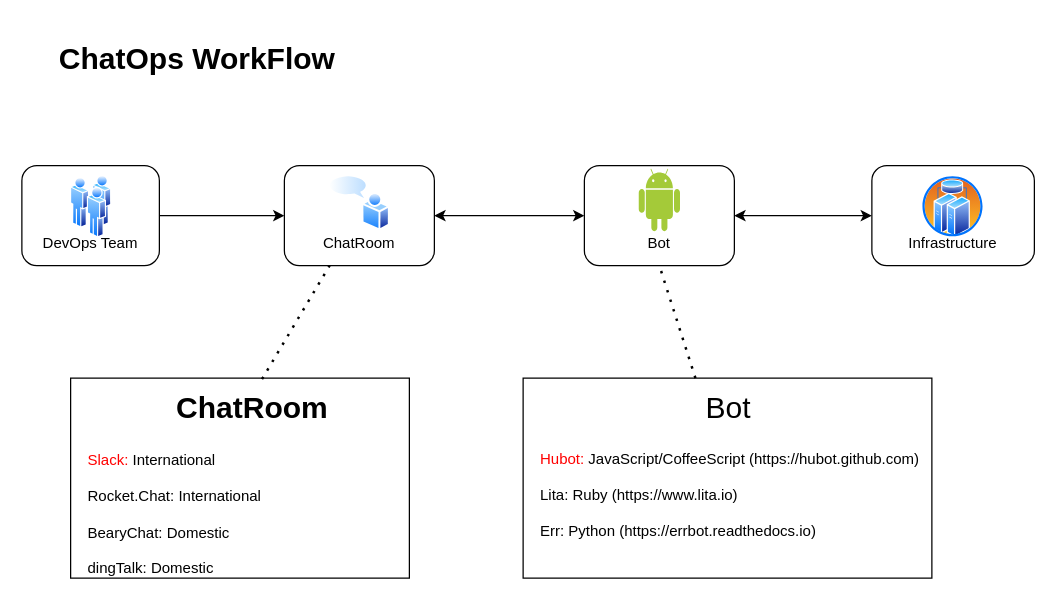
ceczh/diagrams keeps this draw.io diagram as ChatOps.drawio. Above is the earlier version. Source tidied: cells renumbered, new cells numbered last; positions are measured from the earlier drawing's top-left corner, leaving out a move shared by most shapes. Both pictures are drawn from the tidied source at 125%, with x=0, y=0 at pixel (21, 40).
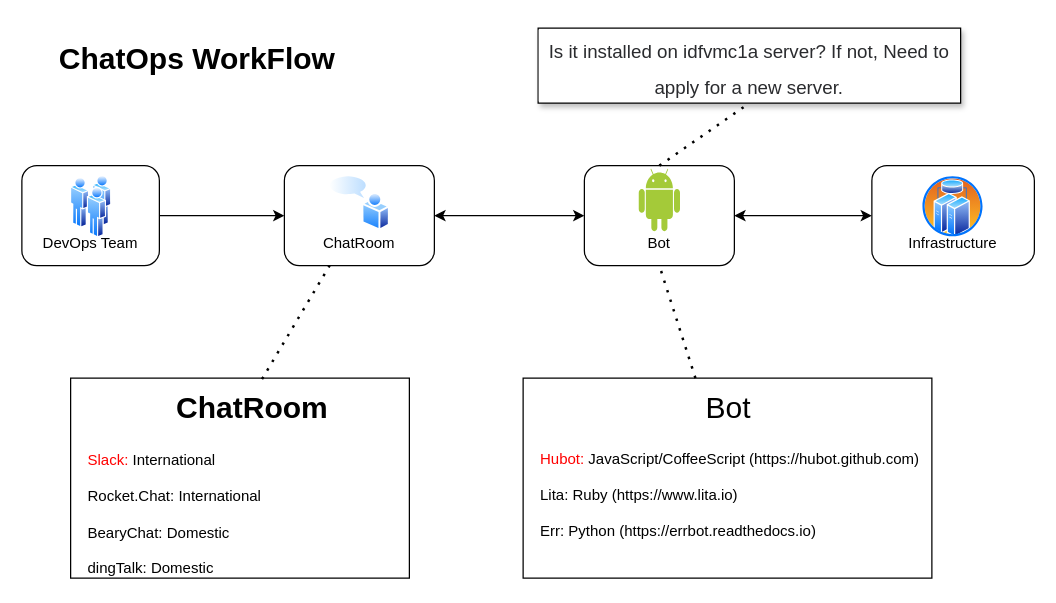
The same diagram, later.

Unchanged cells that the change refers to:
```xml
<mxCell id="8" value="&lt;br&gt;&lt;br&gt;&lt;br&gt;Bot" style="rounded=1;whiteSpace=wrap;html=1;fontSize=12;glass=0;strokeWidth=1;shadow=0;" parent="1" vertex="1">
  <mxGeometry x="450" y="100" width="120" height="80" as="geometry" />
</mxCell>
```

Change to the diagram source:
```diff
@@
+    <mxCell id="22" value="&lt;span style=&quot;text-align: start;&quot;&gt;&lt;font face=&quot;PingFang SC, Microsoft YaHei, 微软雅黑, 宋体, Malgun Gothic, sans-serif&quot; color=&quot;#2a2b2e&quot;&gt;&lt;span style=&quot;font-size: 15px;&quot;&gt;Is it installed on idfvmc1a server?&amp;nbsp;&lt;/span&gt;&lt;/font&gt;&lt;/span&gt;&lt;font face=&quot;PingFang SC, Microsoft YaHei, 微软雅黑, 宋体, Malgun Gothic, sans-serif&quot; color=&quot;#2a2b2e&quot;&gt;&lt;span style=&quot;font-size: 15px;&quot;&gt;If not, Need to apply for a new server.&lt;/span&gt;&lt;/font&gt;" style="rounded=0;whiteSpace=wrap;html=1;labelBackgroundColor=#FFFFFF;fontSize=24;fontColor=#000000;shadow=1;" parent="1" vertex="1">
+      <mxGeometry x="413" y="-10" width="338" height="60" as="geometry" />
+    </mxCell>
+    <mxCell id="23" style="endArrow=none;dashed=1;html=1;dashPattern=1 3;strokeWidth=2;rounded=0;fontSize=24;fontColor=#000000;entryX=0.5;entryY=1;entryDx=0;entryDy=0;exitX=0.5;exitY=0;exitDx=0;exitDy=0;" parent="1" edge="1" source="8" target="22">
+      <mxGeometry relative="1" as="geometry" />
+    </mxCell>
```
